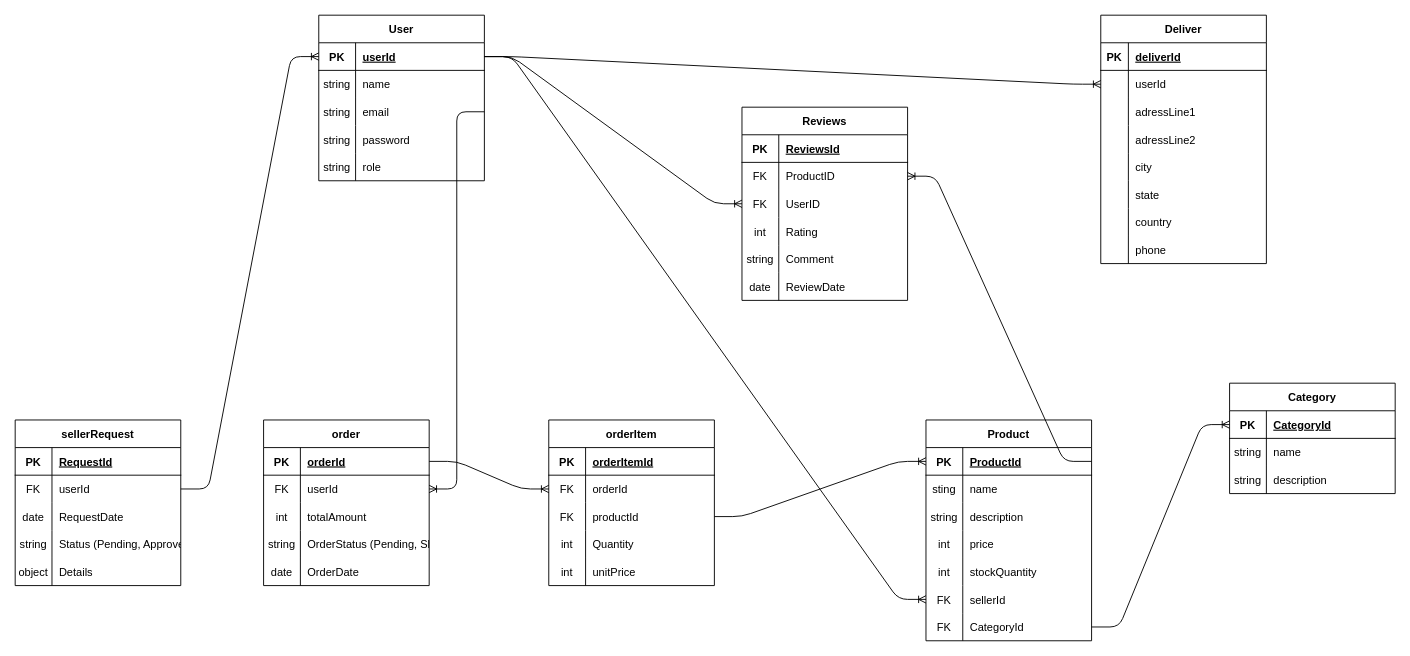
The draw.io diagram docs/ERD.drawio in Ahmed-Hossam-1/ecommerce, before the edit. Source tidied: cells renumbered, new cells numbered last; positions are measured from the earlier drawing's top-left corner, leaving out a move shared by most shapes. Both pictures are drawn from the tidied source at 92%, with x=0, y=0 at pixel (15, 15).
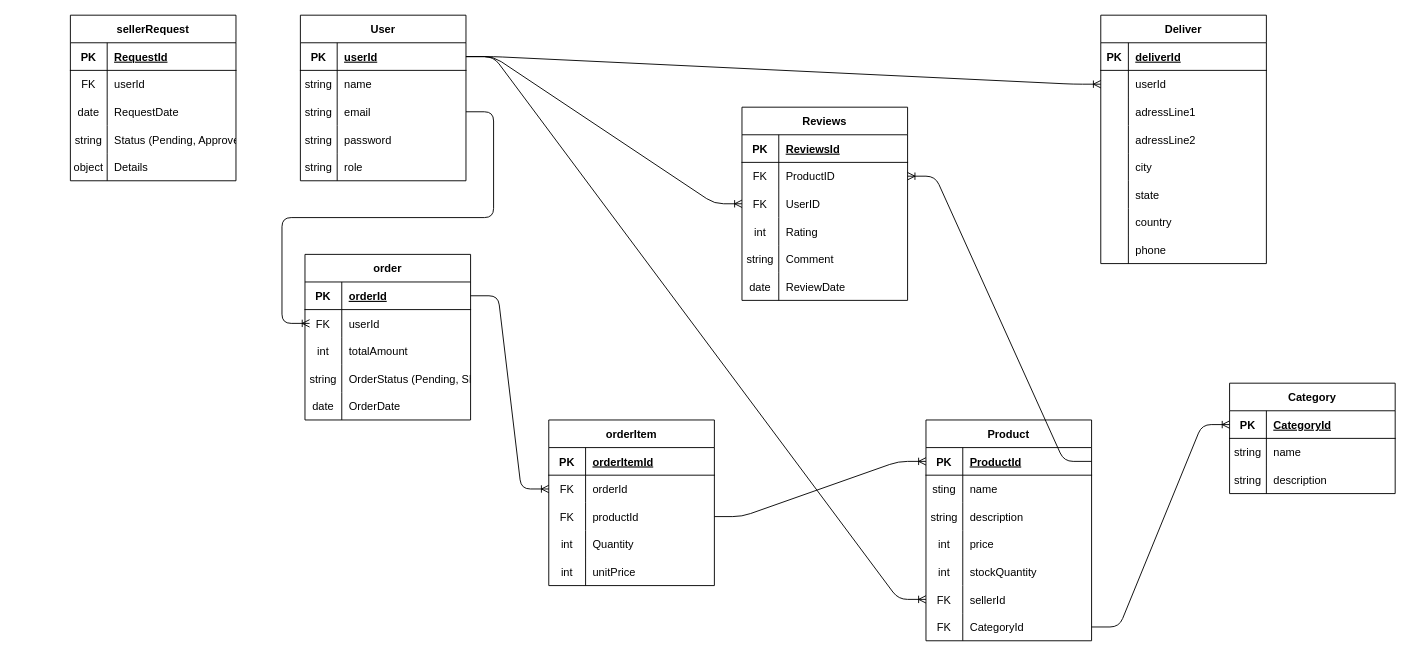
The same page after the edit.

Unchanged cells that the change refers to:
```xml
<mxCell id="3" style="shape=tableRow;horizontal=0;startSize=0;swimlaneHead=0;swimlaneBody=0;fillColor=none;points=[[0,0.5],[1,0.5]];portConstraint=eastwest;top=0;left=0;right=0;bottom=1;" parent="2" vertex="1">
  <mxGeometry y="30" width="180" height="30" as="geometry" />
</mxCell>
<mxCell id="9" style="shape=tableRow;horizontal=0;startSize=0;swimlaneHead=0;swimlaneBody=0;fillColor=none;points=[[0,0.5],[1,0.5]];portConstraint=eastwest;top=0;left=0;right=0;bottom=0;" parent="2" vertex="1">
  <mxGeometry y="90" width="180" height="30" as="geometry" />
</mxCell>
<mxCell id="54" style="shape=tableRow;horizontal=0;startSize=0;swimlaneHead=0;swimlaneBody=0;fillColor=none;points=[[0,0.5],[1,0.5]];portConstraint=eastwest;top=0;left=0;right=0;bottom=0;" parent="50" vertex="1">
  <mxGeometry y="60" width="180" height="30" as="geometry" />
</mxCell>
<mxCell id="86" style="shape=tableRow;horizontal=0;startSize=0;swimlaneHead=0;swimlaneBody=0;fillColor=none;points=[[0,0.5],[1,0.5]];portConstraint=eastwest;top=0;left=0;right=0;bottom=0;" parent="82" vertex="1">
  <mxGeometry y="60" width="180" height="30" as="geometry" />
</mxCell>
```

The edit, as a diff of the source:
```diff
@@
     <mxCell id="2" value="User" style="shape=table;startSize=30;childLayout=tableLayout;rowLines=0;fontStyle=1;align=center;" parent="1" vertex="1">
-      <mxGeometry x="330" width="180" height="180" as="geometry" />
+      <mxGeometry x="310" width="180" height="180" as="geometry" />
     </mxCell>
@@
     <mxCell id="50" value="order" style="shape=table;startSize=30;childLayout=tableLayout;rowLines=0;fontStyle=1;align=center;" parent="1" vertex="1">
-      <mxGeometry x="270" y="440" width="180" height="180" as="geometry" />
+      <mxGeometry x="315" y="260" width="180" height="180" as="geometry" />
     </mxCell>
@@
     <mxCell id="82" value="sellerRequest" style="shape=table;startSize=30;childLayout=tableLayout;rowLines=0;fontStyle=1;align=center;" parent="1" vertex="1">
-      <mxGeometry y="440" width="180" height="180" as="geometry" />
+      <mxGeometry x="60" width="180" height="180" as="geometry" />
     </mxCell>
@@
-    <mxCell id="143" style="edgeStyle=entityRelationEdgeStyle;fontSize=12;html=1;endArrow=ERoneToMany;exitX=1;exitY=0.5;exitDx=0;exitDy=0;entryX=1;entryY=0.5;entryDx=0;entryDy=0;" parent="1" edge="1" source="9" target="54">
-      <mxGeometry relative="1" as="geometry" />
+    <mxCell id="143" style="edgeStyle=entityRelationEdgeStyle;fontSize=12;html=1;endArrow=ERoneToMany;exitX=1;exitY=0.5;exitDx=0;exitDy=0;" parent="1" edge="1" source="9">
+      <mxGeometry relative="1" as="geometry">
+        <mxPoint x="320" y="335" as="targetPoint" />
+      </mxGeometry>
     </mxCell>
@@
-    <mxCell id="147" style="edgeStyle=entityRelationEdgeStyle;fontSize=12;html=1;endArrow=ERoneToMany;entryX=0;entryY=0.5;entryDx=0;entryDy=0;exitX=1;exitY=0.5;exitDx=0;exitDy=0;" parent="1" edge="1" source="86" target="3">
-      <mxGeometry relative="1" as="geometry" />
-    </mxCell>
```
